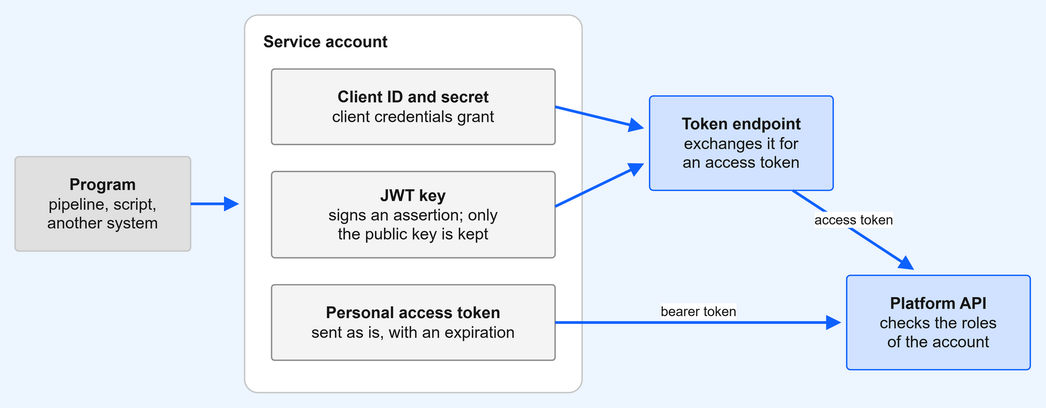
cml-x/docs keeps this draw.io diagram as static/img/access/service-account-credentials.drawio.png. Above is the earlier version. Source tidied: cells renumbered, new cells last; positions are measured from the earlier drawing's top-left corner, leaving out a move shared by most shapes.
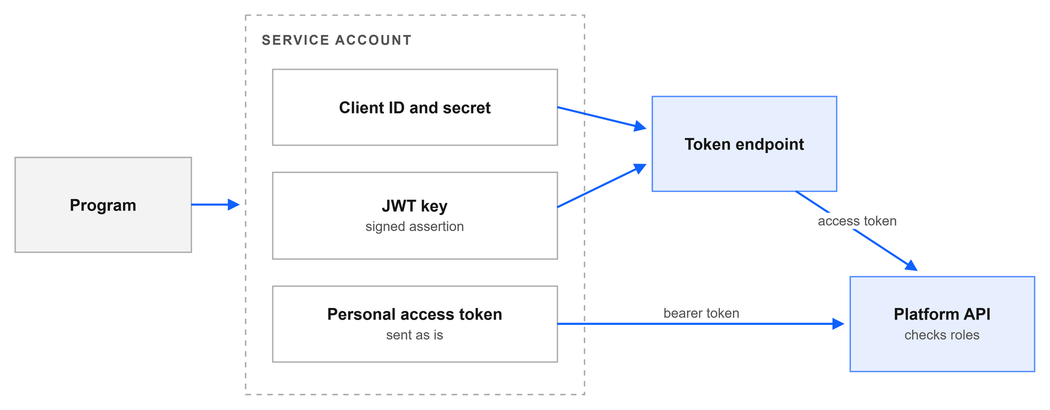
Above is the later version.

What changed in the source:
```diff
@@ -1,53 +1,53 @@
-<mxGraphModel background="#EDF5FF">
+<mxGraphModel background="#FFFFFF">
   <root>
     <mxCell id="0" />
     <mxCell id="1" parent="0" />
-    <mxCell id="2" value="&lt;b&gt;Program&lt;/b&gt;&lt;br&gt;pipeline, script,&lt;br&gt;another system" style="rounded=1;arcSize=4;whiteSpace=wrap;html=1;fillColor=#E0E0E0;strokeColor=#C6C6C6;fontColor=#161616;fontSize=12;" parent="1" vertex="1">
+    <mxCell id="2" value="&lt;b&gt;Program&lt;/b&gt;" style="rounded=0;whiteSpace=wrap;html=1;strokeWidth=1;fontColor=#161616;fontSize=12;fillColor=#161616;fillOpacity=5;strokeColor=#8D8D8D;strokeOpacity=70;" parent="1" vertex="1">
       <mxGeometry y="105" width="130" height="70" as="geometry" />
     </mxCell>
-    <mxCell id="3" value="Service account" style="rounded=1;arcSize=4;whiteSpace=wrap;html=1;fillColor=#FFFFFF;strokeColor=#C6C6C6;fontColor=#161616;fontSize=12;verticalAlign=top;align=left;spacingLeft=12;spacingTop=6;fontStyle=1;" parent="1" vertex="1">
+    <mxCell id="3" value="&lt;span style=&quot;font-size:10px;color:#525252;letter-spacing:1px&quot;&gt;&lt;b&gt;SERVICE ACCOUNT&lt;/b&gt;&lt;/span&gt;" style="rounded=0;whiteSpace=wrap;html=1;strokeWidth=1;fontColor=#161616;fontSize=12;fillColor=none;strokeColor=#A8A8A8;dashed=1;dashPattern=4 4;verticalAlign=top;align=left;spacingLeft=10;spacingTop=4;" parent="1" vertex="1">
       <mxGeometry x="170" width="250" height="280" as="geometry" />
     </mxCell>
-    <mxCell id="4" value="&lt;b&gt;Client ID and secret&lt;/b&gt;&lt;br&gt;client credentials grant" style="rounded=1;arcSize=4;whiteSpace=wrap;html=1;fillColor=#F4F4F4;strokeColor=#8D8D8D;fontColor=#161616;fontSize=12;" parent="1" vertex="1">
+    <mxCell id="4" value="&lt;b&gt;Client ID and secret&lt;/b&gt;" style="rounded=0;whiteSpace=wrap;html=1;strokeWidth=1;fontColor=#161616;fontSize=12;fillColor=none;strokeColor=#8D8D8D;strokeOpacity=70;" parent="1" vertex="1">
       <mxGeometry x="190" y="40" width="210" height="56" as="geometry" />
     </mxCell>
-    <mxCell id="5" value="&lt;b&gt;JWT key&lt;/b&gt;&lt;br&gt;signs an assertion; only&lt;br&gt;the public key is kept" style="rounded=1;arcSize=4;whiteSpace=wrap;html=1;fillColor=#F4F4F4;strokeColor=#8D8D8D;fontColor=#161616;fontSize=12;" parent="1" vertex="1">
+    <mxCell id="5" value="&lt;b&gt;JWT key&lt;/b&gt;&lt;br&gt;&lt;span style=&quot;font-size:10px;color:#525252&quot;&gt;signed assertion&lt;/span&gt;" style="rounded=0;whiteSpace=wrap;html=1;strokeWidth=1;fontColor=#161616;fontSize=12;fillColor=none;strokeColor=#8D8D8D;strokeOpacity=70;" parent="1" vertex="1">
       <mxGeometry x="190" y="116" width="210" height="64" as="geometry" />
     </mxCell>
-    <mxCell id="6" value="&lt;b&gt;Personal access token&lt;/b&gt;&lt;br&gt;sent as is, with an expiration" style="rounded=1;arcSize=4;whiteSpace=wrap;html=1;fillColor=#F4F4F4;strokeColor=#8D8D8D;fontColor=#161616;fontSize=12;" parent="1" vertex="1">
+    <mxCell id="6" value="&lt;b&gt;Personal access token&lt;/b&gt;&lt;br&gt;&lt;span style=&quot;font-size:10px;color:#525252&quot;&gt;sent as is&lt;/span&gt;" style="rounded=0;whiteSpace=wrap;html=1;strokeWidth=1;fontColor=#161616;fontSize=12;fillColor=none;strokeColor=#8D8D8D;strokeOpacity=70;" parent="1" vertex="1">
       <mxGeometry x="190" y="200" width="210" height="56" as="geometry" />
     </mxCell>
-    <mxCell id="7" value="&lt;b&gt;Token endpoint&lt;/b&gt;&lt;br&gt;exchanges it for&lt;br&gt;an access token" style="rounded=1;arcSize=4;whiteSpace=wrap;html=1;fillColor=#D0E2FF;strokeColor=#0F62FE;fontColor=#161616;fontSize=12;" parent="1" vertex="1">
+    <mxCell id="7" value="&lt;b&gt;Token endpoint&lt;/b&gt;" style="rounded=0;whiteSpace=wrap;html=1;strokeWidth=1;fontColor=#161616;fontSize=12;fillColor=#0F62FE;fillOpacity=10;strokeColor=#0F62FE;strokeOpacity=70;" parent="1" vertex="1">
       <mxGeometry x="470" y="60" width="136" height="70" as="geometry" />
     </mxCell>
-    <mxCell id="8" value="&lt;b&gt;Platform API&lt;/b&gt;&lt;br&gt;checks the roles&lt;br&gt;of the account" style="rounded=1;arcSize=4;whiteSpace=wrap;html=1;fillColor=#D0E2FF;strokeColor=#0F62FE;fontColor=#161616;fontSize=12;" parent="1" vertex="1">
+    <mxCell id="8" value="&lt;b&gt;Platform API&lt;/b&gt;&lt;br&gt;&lt;span style=&quot;font-size:10px;color:#525252&quot;&gt;checks roles&lt;/span&gt;" style="rounded=0;whiteSpace=wrap;html=1;strokeWidth=1;fontColor=#161616;fontSize=12;fillColor=#0F62FE;fillOpacity=10;strokeColor=#0F62FE;strokeOpacity=70;" parent="1" vertex="1">
       <mxGeometry x="616" y="193" width="136" height="70" as="geometry" />
     </mxCell>
-    <mxCell id="9" style="endArrow=block;html=1;strokeWidth=2;strokeColor=#0F62FE;fontSize=10;fontColor=#161616;verticalAlign=bottom;" parent="1" edge="1">
+    <mxCell id="9" style="endArrow=block;html=1;strokeWidth=1.5;strokeColor=#0F62FE;fontSize=10;fontColor=#525252;verticalAlign=bottom;endSize=5;rounded=0;labelBackgroundColor=#FFFFFF;" parent="1" edge="1">
       <mxGeometry relative="1" as="geometry">
         <mxPoint x="130" y="140" as="sourcePoint" />
         <mxPoint x="166" y="140" as="targetPoint" />
       </mxGeometry>
     </mxCell>
-    <mxCell id="10" style="endArrow=block;html=1;strokeWidth=2;strokeColor=#0F62FE;fontSize=10;fontColor=#161616;verticalAlign=bottom;" parent="1" edge="1">
+    <mxCell id="10" style="endArrow=block;html=1;strokeWidth=1.5;strokeColor=#0F62FE;fontSize=10;fontColor=#525252;verticalAlign=bottom;endSize=5;rounded=0;labelBackgroundColor=#FFFFFF;" parent="1" edge="1">
       <mxGeometry relative="1" as="geometry">
         <mxPoint x="400" y="68" as="sourcePoint" />
         <mxPoint x="466" y="84" as="targetPoint" />
       </mxGeometry>
     </mxCell>
-    <mxCell id="11" style="endArrow=block;html=1;strokeWidth=2;strokeColor=#0F62FE;fontSize=10;fontColor=#161616;verticalAlign=bottom;" parent="1" edge="1">
+    <mxCell id="11" style="endArrow=block;html=1;strokeWidth=1.5;strokeColor=#0F62FE;fontSize=10;fontColor=#525252;verticalAlign=bottom;endSize=5;rounded=0;labelBackgroundColor=#FFFFFF;" parent="1" edge="1">
       <mxGeometry relative="1" as="geometry">
         <mxPoint x="400" y="142" as="sourcePoint" />
         <mxPoint x="466" y="110" as="targetPoint" />
       </mxGeometry>
     </mxCell>
-    <mxCell id="12" value="access token" style="endArrow=block;html=1;strokeWidth=2;strokeColor=#0F62FE;fontSize=10;fontColor=#161616;verticalAlign=bottom;" parent="1" edge="1">
+    <mxCell id="12" value="access token" style="endArrow=block;html=1;strokeWidth=1.5;strokeColor=#0F62FE;fontSize=10;fontColor=#525252;verticalAlign=bottom;endSize=5;rounded=0;labelBackgroundColor=#FFFFFF;" parent="1" edge="1">
       <mxGeometry relative="1" as="geometry">
         <mxPoint x="576" y="130" as="sourcePoint" />
         <mxPoint x="666" y="189" as="targetPoint" />
       </mxGeometry>
     </mxCell>
-    <mxCell id="13" value="bearer token" style="endArrow=block;html=1;strokeWidth=2;strokeColor=#0F62FE;fontSize=10;fontColor=#161616;verticalAlign=bottom;" parent="1" edge="1">
+    <mxCell id="13" value="bearer token" style="endArrow=block;html=1;strokeWidth=1.5;strokeColor=#0F62FE;fontSize=10;fontColor=#525252;verticalAlign=bottom;endSize=5;rounded=0;labelBackgroundColor=#FFFFFF;" parent="1" edge="1">
       <mxGeometry relative="1" as="geometry">
         <mxPoint x="400" y="228" as="sourcePoint" />
         <mxPoint x="612" y="228" as="targetPoint" />
```
